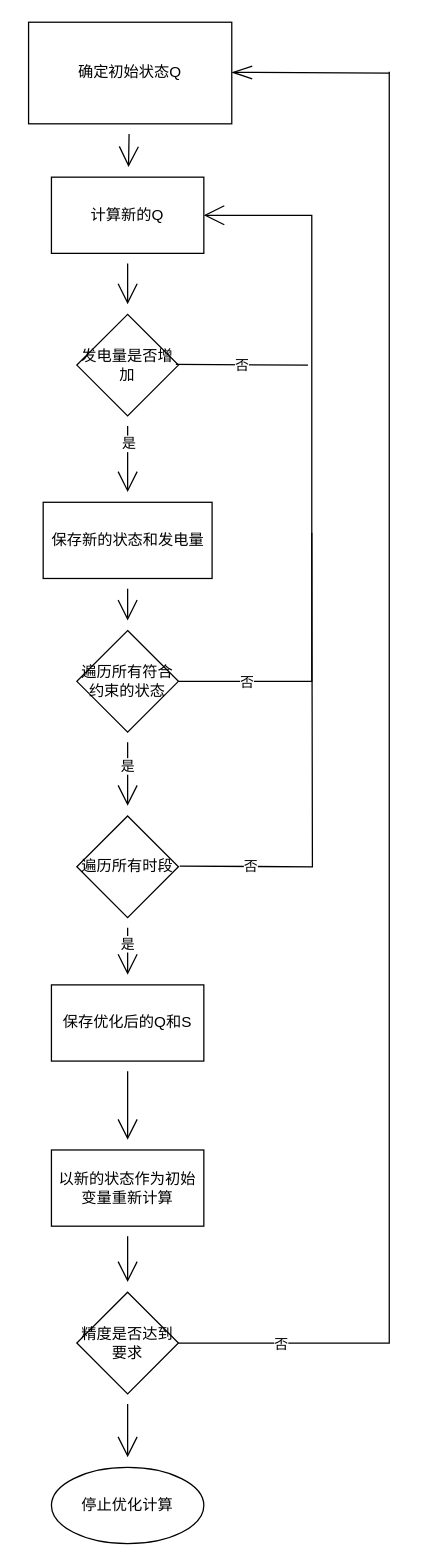
The draw.io diagram Untitled Diagram.drawio in Marvelousp4/marvelousp4.github.io, before the edit. Source tidied: cells renumbered, new cells numbered last; positions are measured from the earlier drawing's top-left corner, leaving out a move shared by most shapes. Both pictures are drawn from the tidied source at 127%, with x=0, y=0 at pixel (28, 22).
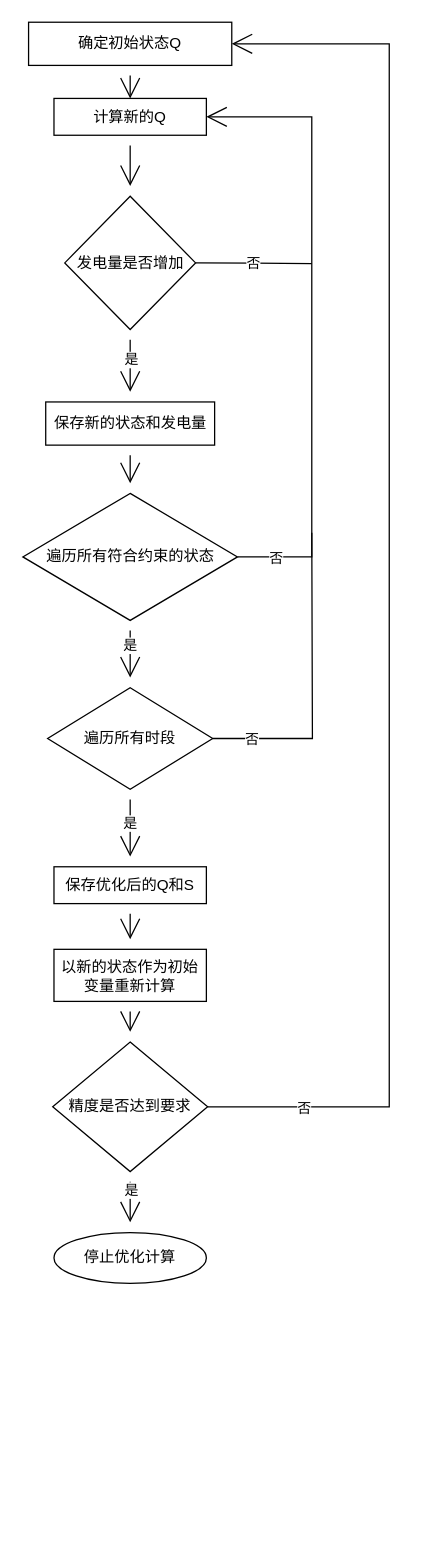
The same page after the edit.

Unchanged cells that the change refers to:
```xml
<mxCell id="6" style="edgeStyle=none;curved=1;rounded=0;jettySize=auto;html=1;endArrow=open;startSize=14;endSize=14;sourcePerimeterSpacing=8;targetPerimeterSpacing=8;" parent="1" edge="1" source="8" target="10">
  <mxGeometry relative="1" as="geometry" />
</mxCell>
<mxCell id="11" style="edgeStyle=none;curved=1;rounded=0;jettySize=auto;html=1;endArrow=open;startSize=14;endSize=14;sourcePerimeterSpacing=8;targetPerimeterSpacing=8;" parent="1" edge="1" source="15" target="17">
  <mxGeometry relative="1" as="geometry" />
</mxCell>
<mxCell id="16" style="edgeStyle=none;curved=1;rounded=0;jettySize=auto;html=1;endArrow=open;startSize=14;endSize=14;sourcePerimeterSpacing=8;targetPerimeterSpacing=8;" parent="1" edge="1" source="17" target="19">
  <mxGeometry relative="1" as="geometry" />
</mxCell>
<mxCell id="22" style="edgeStyle=none;curved=1;rounded=0;jettySize=auto;html=1;endArrow=open;startSize=14;endSize=14;sourcePerimeterSpacing=8;targetPerimeterSpacing=8;" parent="1" edge="1" source="23" target="24">
  <mxGeometry relative="1" as="geometry" />
</mxCell>
```

What changed in the source:
```diff
@@
-    <mxCell id="2" style="edgeStyle=none;curved=1;rounded=0;jettySize=auto;html=1;endArrow=open;startSize=14;endSize=14;sourcePerimeterSpacing=8;targetPerimeterSpacing=8;" parent="1" edge="1" source="3" target="5">
+    <mxCell id="2" style="edgeStyle=none;curved=1;rounded=0;jettySize=auto;html=1;endArrow=open;startSize=14;endSize=14;sourcePerimeterSpacing=8;targetPerimeterSpacing=8;entryX=0.5;entryY=0;entryDx=0;entryDy=0;" parent="1" edge="1" source="3" target="5">
       <mxGeometry relative="1" as="geometry" />
     </mxCell>
     <mxCell id="3" value="确定初始状态Q" style="rounded=0;whiteSpace=wrap;html=1;hachureGap=4;" parent="1" vertex="1">
-      <mxGeometry width="160" height="80" as="geometry" />
+      <mxGeometry width="160" height="34" as="geometry" />
     </mxCell>
@@
     <mxCell id="5" value="计算新的Q" style="whiteSpace=wrap;html=1;hachureGap=4;" parent="1" vertex="1">
-      <mxGeometry x="18" y="122" width="120" height="60" as="geometry" />
+      <mxGeometry x="20" y="60" width="120" height="29" as="geometry" />
     </mxCell>
@@
     <mxCell id="7" value="是" style="edgeLabel;html=1;align=center;verticalAlign=middle;" parent="6" vertex="1">
       <mxGeometry x="-0.37" y="-3" relative="1" as="geometry">
-        <mxPoint x="3" y="-3" as="offset" />
+        <mxPoint x="3" y="2" as="offset" />
       </mxGeometry>
     </mxCell>
     <mxCell id="8" value="发电量是否增加" style="rhombus;whiteSpace=wrap;html=1;hachureGap=4;flipH=1;flipV=0;" parent="1" vertex="1">
-      <mxGeometry x="38" y="230" width="80" height="80" as="geometry" />
+      <mxGeometry x="28.5" y="137" width="103" height="105" as="geometry" />
     </mxCell>
@@
     <mxCell id="10" value="保存新的状态和发电量" style="whiteSpace=wrap;html=1;hachureGap=4;" parent="1" vertex="1">
-      <mxGeometry x="11.5" y="378" width="133" height="60" as="geometry" />
+      <mxGeometry x="13.5" y="299" width="133" height="34" as="geometry" />
     </mxCell>
@@
     <mxCell id="12" value="是" style="edgeLabel;html=1;align=center;verticalAlign=middle;" parent="11" vertex="1">
       <mxGeometry x="-0.48" relative="1" as="geometry">
-        <mxPoint x="-1" y="5" as="offset" />
+        <mxPoint x="-1" y="1" as="offset" />
       </mxGeometry>
     </mxCell>
     <mxCell id="13" style="edgeStyle=orthogonalEdgeStyle;rounded=0;jettySize=auto;html=1;endArrow=open;startSize=14;endSize=14;sourcePerimeterSpacing=8;targetPerimeterSpacing=8;exitX=1;exitY=0.5;exitDx=0;exitDy=0;entryX=1;entryY=0.5;entryDx=0;entryDy=0;" parent="1" edge="1" source="15" target="5">
       <mxGeometry relative="1" as="geometry">
         <Array as="points">
-          <mxPoint x="223" y="519" />
-          <mxPoint x="223" y="152" />
+          <mxPoint x="223" y="421" />
+          <mxPoint x="223" y="75" />
         </Array>
       </mxGeometry>
     </mxCell>
     <mxCell id="14" value="否" style="edgeLabel;html=1;align=center;verticalAlign=middle;" parent="13" vertex="1">
       <mxGeometry x="-0.88" relative="1" as="geometry">
-        <mxPoint x="20" as="offset" />
+        <mxPoint x="1" as="offset" />
       </mxGeometry>
     </mxCell>
     <mxCell id="15" value="遍历所有符合约束的状态" style="rhombus;whiteSpace=wrap;html=1;hachureGap=4;" parent="1" vertex="1">
-      <mxGeometry x="38" y="479" width="80" height="80" as="geometry" />
+      <mxGeometry x="-4.5" y="371" width="169" height="100" as="geometry" />
     </mxCell>
@@
+    <mxCell id="32" value="是" style="edgeLabel;html=1;align=center;verticalAlign=middle;" parent="16" vertex="1">
+      <mxGeometry x="-0.21" y="-1" relative="1" as="geometry" />
+    </mxCell>
     <mxCell id="17" value="遍历所有时段" style="rhombus;whiteSpace=wrap;html=1;hachureGap=4;" parent="1" vertex="1">
-      <mxGeometry x="38" y="625" width="80" height="80" as="geometry" />
+      <mxGeometry x="15" y="524" width="130" height="80" as="geometry" />
     </mxCell>
@@
     <mxCell id="19" value="保存优化后的Q和S" style="whiteSpace=wrap;html=1;hachureGap=4;" parent="1" vertex="1">
-      <mxGeometry x="18" y="758" width="120" height="60" as="geometry" />
+      <mxGeometry x="20" y="665" width="120" height="29" as="geometry" />
     </mxCell>
@@
     <mxCell id="21" value="以新的状态作为初始变量重新计算" style="whiteSpace=wrap;html=1;hachureGap=4;" parent="1" vertex="1">
-      <mxGeometry x="18" y="888" width="120" height="60" as="geometry" />
+      <mxGeometry x="20" y="730" width="120" height="41" as="geometry" />
     </mxCell>
@@
+    <mxCell id="33" value="是" style="edgeLabel;html=1;align=center;verticalAlign=middle;" parent="22" vertex="1">
+      <mxGeometry x="-0.65" relative="1" as="geometry" />
+    </mxCell>
     <mxCell id="23" value="精度是否达到要求" style="rhombus;whiteSpace=wrap;html=1;hachureGap=4;" parent="1" vertex="1">
-      <mxGeometry x="38" y="1000" width="80" height="80" as="geometry" />
+      <mxGeometry x="19" y="803" width="122" height="102" as="geometry" />
     </mxCell>
     <mxCell id="24" value="停止优化计算" style="ellipse;whiteSpace=wrap;html=1;hachureGap=4;" parent="1" vertex="1">
-      <mxGeometry x="18" y="1138" width="120" height="60" as="geometry" />
+      <mxGeometry x="20" y="953" width="120" height="40" as="geometry" />
     </mxCell>
-    <mxCell id="25" value="否" style="orthogonalLoop=1;jettySize=auto;html=1;rounded=0;endArrow=none;startSize=14;endSize=14;sourcePerimeterSpacing=8;targetPerimeterSpacing=8;endFill=0;" parent="1" edge="1">
+    <mxCell id="25" value="否" style="jettySize=auto;html=1;rounded=0;endArrow=none;startSize=14;endSize=14;sourcePerimeterSpacing=8;targetPerimeterSpacing=8;endFill=0;exitX=1;exitY=0.5;exitDx=0;exitDy=0;" parent="1" edge="1" source="8">
       <mxGeometry relative="1" as="geometry">
-        <mxPoint x="116" y="269.5" as="sourcePoint" />
-        <mxPoint x="220" y="270" as="targetPoint" />
+        <mxPoint x="223" y="190" as="targetPoint" />
       </mxGeometry>
     </mxCell>
-    <mxCell id="26" style="edgeStyle=orthogonalEdgeStyle;orthogonalLoop=1;jettySize=auto;html=1;rounded=0;endArrow=none;endFill=0;startSize=14;endSize=14;sourcePerimeterSpacing=8;targetPerimeterSpacing=8;" parent="1" edge="1">
+    <mxCell id="26" style="edgeStyle=orthogonalEdgeStyle;jettySize=auto;html=1;rounded=0;endArrow=none;endFill=0;startSize=14;endSize=14;sourcePerimeterSpacing=8;targetPerimeterSpacing=8;exitX=1;exitY=0.5;exitDx=0;exitDy=0;" parent="1" edge="1" source="17">
       <mxGeometry relative="1" as="geometry">
-        <mxPoint x="119" y="664.5" as="sourcePoint" />
         <mxPoint x="223" y="402" as="targetPoint" />
       </mxGeometry>
     </mxCell>
@@
-    <mxCell id="28" value="是" style="edgeLabel;html=1;align=center;verticalAlign=middle;" parent="1" vertex="1">
-      <mxGeometry x="70" y="715" as="geometry">
-        <mxPoint x="7" y="10" as="offset" />
-      </mxGeometry>
-    </mxCell>
-    <mxCell id="29" style="edgeStyle=orthogonalEdgeStyle;rounded=0;orthogonalLoop=1;jettySize=auto;html=1;endArrow=none;endFill=0;startSize=14;endSize=14;sourcePerimeterSpacing=8;targetPerimeterSpacing=8;exitX=1;exitY=0.5;exitDx=0;exitDy=0;" parent="1" edge="1">
+    <mxCell id="29" style="edgeStyle=orthogonalEdgeStyle;rounded=0;jettySize=auto;html=1;endArrow=open;endFill=0;startSize=14;endSize=14;sourcePerimeterSpacing=8;targetPerimeterSpacing=8;exitX=1;exitY=0.5;exitDx=0;exitDy=0;entryX=1;entryY=0.5;entryDx=0;entryDy=0;" parent="1" edge="1" source="23" target="3">
       <mxGeometry relative="1" as="geometry">
-        <mxPoint x="118" y="1040" as="sourcePoint" />
-        <mxPoint x="284" y="39" as="targetPoint" />
         <Array as="points">
-          <mxPoint x="284" y="1040" />
+          <mxPoint x="284" y="854" />
+          <mxPoint x="284" y="17" />
         </Array>
       </mxGeometry>
     </mxCell>
@@
-    <mxCell id="31" style="edgeStyle=none;orthogonalLoop=1;jettySize=auto;html=1;rounded=0;endArrow=none;endFill=0;startSize=14;endSize=14;sourcePerimeterSpacing=8;targetPerimeterSpacing=8;startArrow=openThin;startFill=0;" parent="1" edge="1">
-      <mxGeometry relative="1" as="geometry">
-        <mxPoint x="160" y="39.5" as="sourcePoint" />
-        <mxPoint x="284" y="40" as="targetPoint" />
-      </mxGeometry>
-    </mxCell>
```
